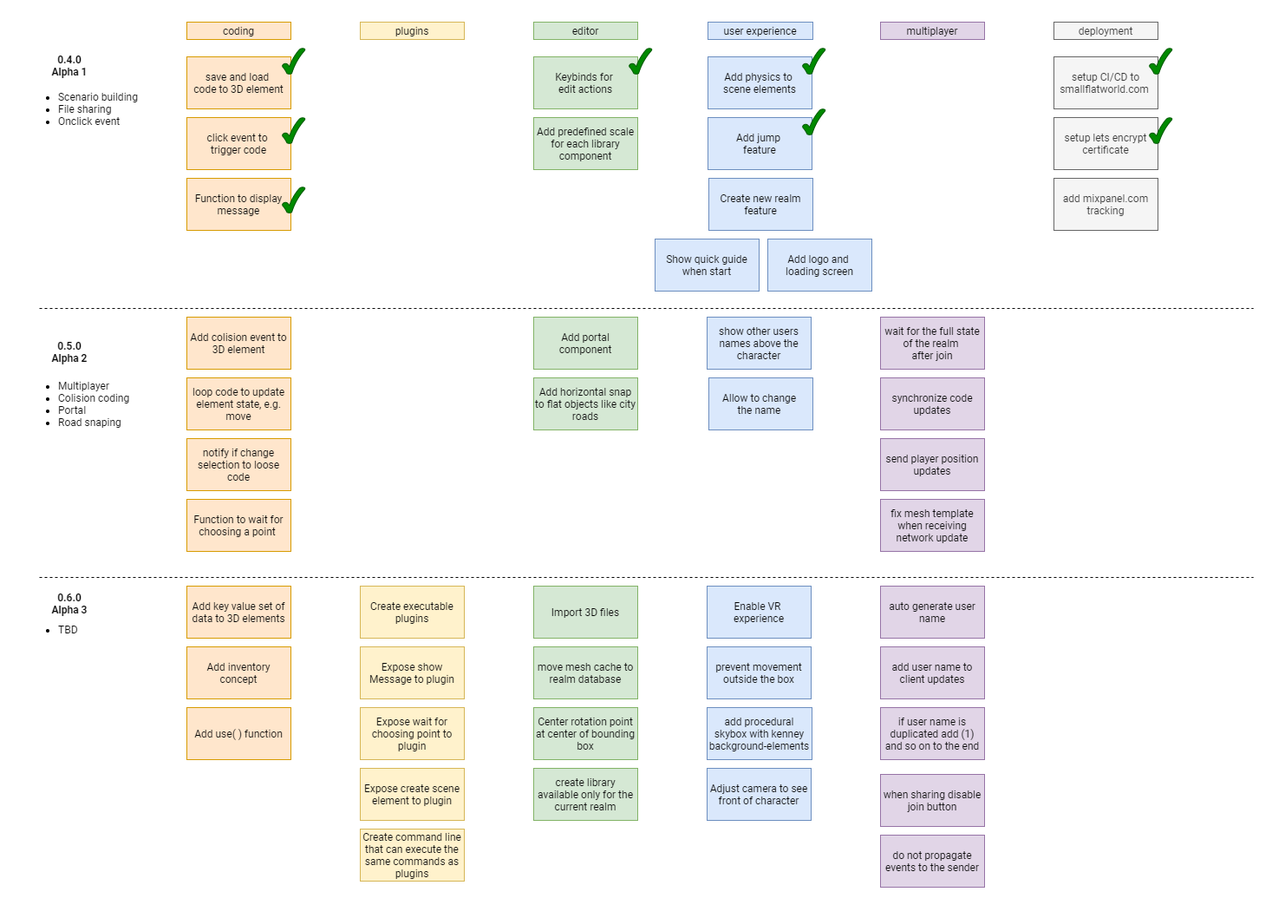
Earlier version of the draw.io export small-flat-world-roadmap.png (hamilton-lima/smallflatworld). Source tidied: cells renumbered, new cells last; positions are measured from the earlier drawing's top-left corner, leaving out a move shared by most shapes.
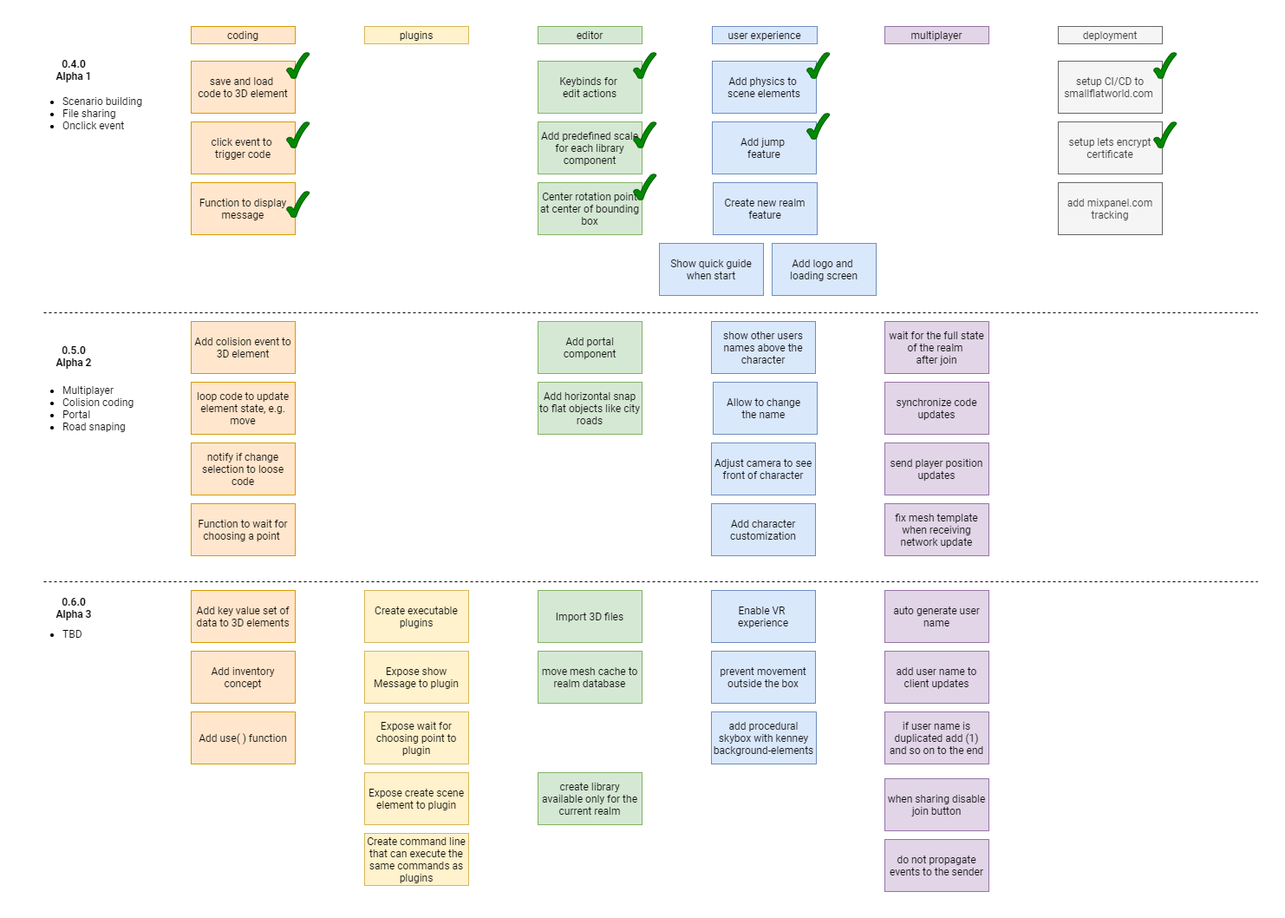
Above is the later version.

What changed in the source:
```diff
@@ -21,7 +21,7 @@
       <mxGeometry x="590" y="40" width="120" height="60" as="geometry" />
     </mxCell>
     <mxCell id="8" value="Center rotation point at center of bounding box" style="rounded=0;whiteSpace=wrap;html=1;fontFamily=Roboto;fillColor=#d5e8d4;strokeColor=#82b366;" parent="1" vertex="1">
-      <mxGeometry x="590" y="790" width="120" height="60" as="geometry" />
+      <mxGeometry x="590" y="180" width="120" height="60" as="geometry" />
     </mxCell>
     <mxCell id="9" value="Add predefined scale for each library component" style="rounded=0;whiteSpace=wrap;html=1;fontFamily=Roboto;fillColor=#d5e8d4;strokeColor=#82b366;" parent="1" vertex="1">
       <mxGeometry x="590" y="110" width="120" height="60" as="geometry" />
@@ -168,7 +168,7 @@
       <mxGeometry x="900" y="100" width="26.2" height="30" as="geometry" />
     </mxCell>
     <mxCell id="57" value="Adjust camera to see front of character" style="rounded=0;whiteSpace=wrap;html=1;fontFamily=Roboto;fillColor=#dae8fc;strokeColor=#6c8ebf;" parent="1" vertex="1">
-      <mxGeometry x="790" y="860" width="120" height="60" as="geometry" />
+      <mxGeometry x="790" y="480" width="120" height="60" as="geometry" />
     </mxCell>
     <mxCell id="58" style="endArrow=none;dashed=1;html=1;fontFamily=Roboto;" parent="1" edge="1">
       <mxGeometry relative="1" as="geometry">
@@ -212,5 +212,14 @@
     <mxCell id="69" style="verticalLabelPosition=bottom;verticalAlign=top;html=1;shape=mxgraph.basic.tick;fontFamily=Roboto;fillColor=#008a00;strokeColor=#005700;fontColor=#ffffff;" parent="1" vertex="1">
       <mxGeometry x="700" y="30" width="26.2" height="30" as="geometry" />
     </mxCell>
+    <mxCell id="70" value="Add character customization" style="rounded=0;whiteSpace=wrap;html=1;fontFamily=Roboto;fillColor=#dae8fc;strokeColor=#6c8ebf;" parent="1" vertex="1">
+      <mxGeometry x="790" y="550" width="120" height="60" as="geometry" />
+    </mxCell>
+    <mxCell id="71" style="verticalLabelPosition=bottom;verticalAlign=top;html=1;shape=mxgraph.basic.tick;fontFamily=Roboto;fillColor=#008a00;strokeColor=#005700;fontColor=#ffffff;" parent="1" vertex="1">
+      <mxGeometry x="700" y="170" width="26.2" height="30" as="geometry" />
+    </mxCell>
+    <mxCell id="72" style="verticalLabelPosition=bottom;verticalAlign=top;html=1;shape=mxgraph.basic.tick;fontFamily=Roboto;fillColor=#008a00;strokeColor=#005700;fontColor=#ffffff;" parent="1" vertex="1">
+      <mxGeometry x="700" y="110" width="26.2" height="30" as="geometry" />
+    </mxCell>
   </root>
 </mxGraphModel>
```
